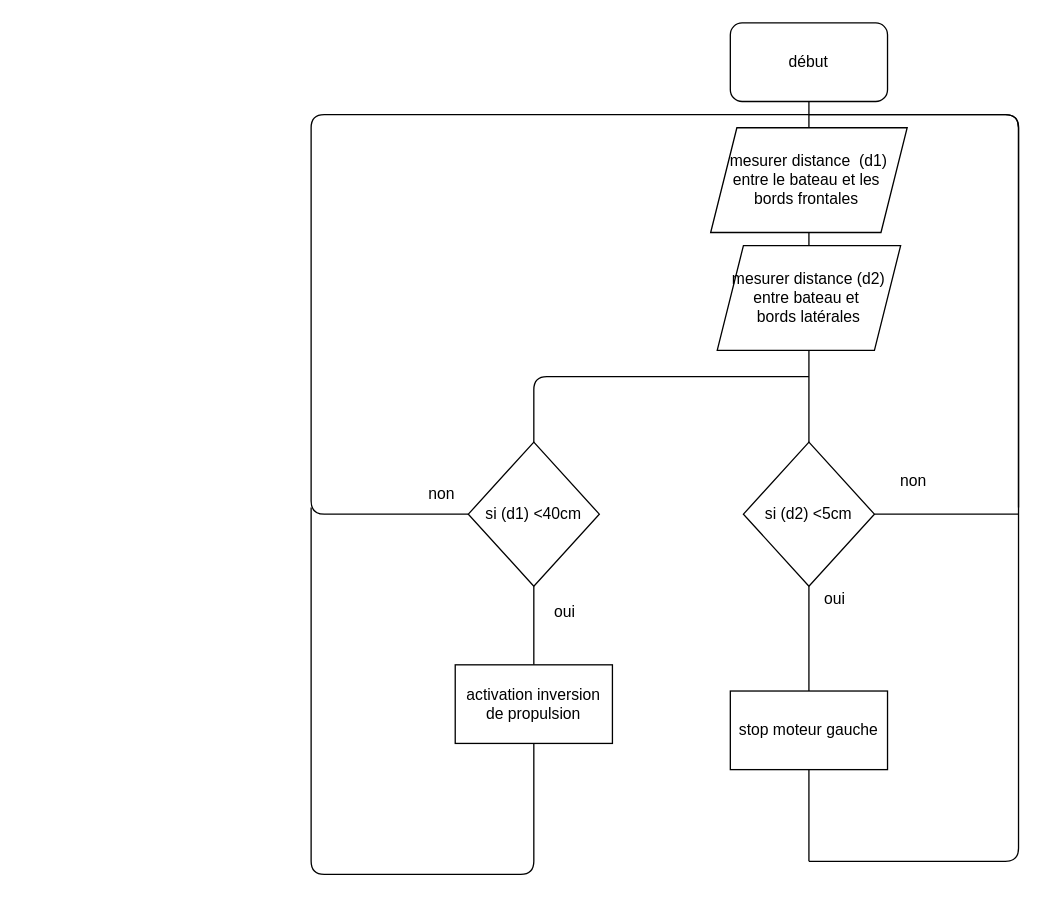
Above: Untitled Diagram.drawio in drovrak/ProjetSI-2021- (draw.io), before the change. Source tidied: cells renumbered, new cells numbered last; positions are measured from the earlier drawing's top-left corner, leaving out a move shared by most shapes. Both pictures are drawn from the tidied source at 131%, with x=0, y=0 at pixel (310, 22).
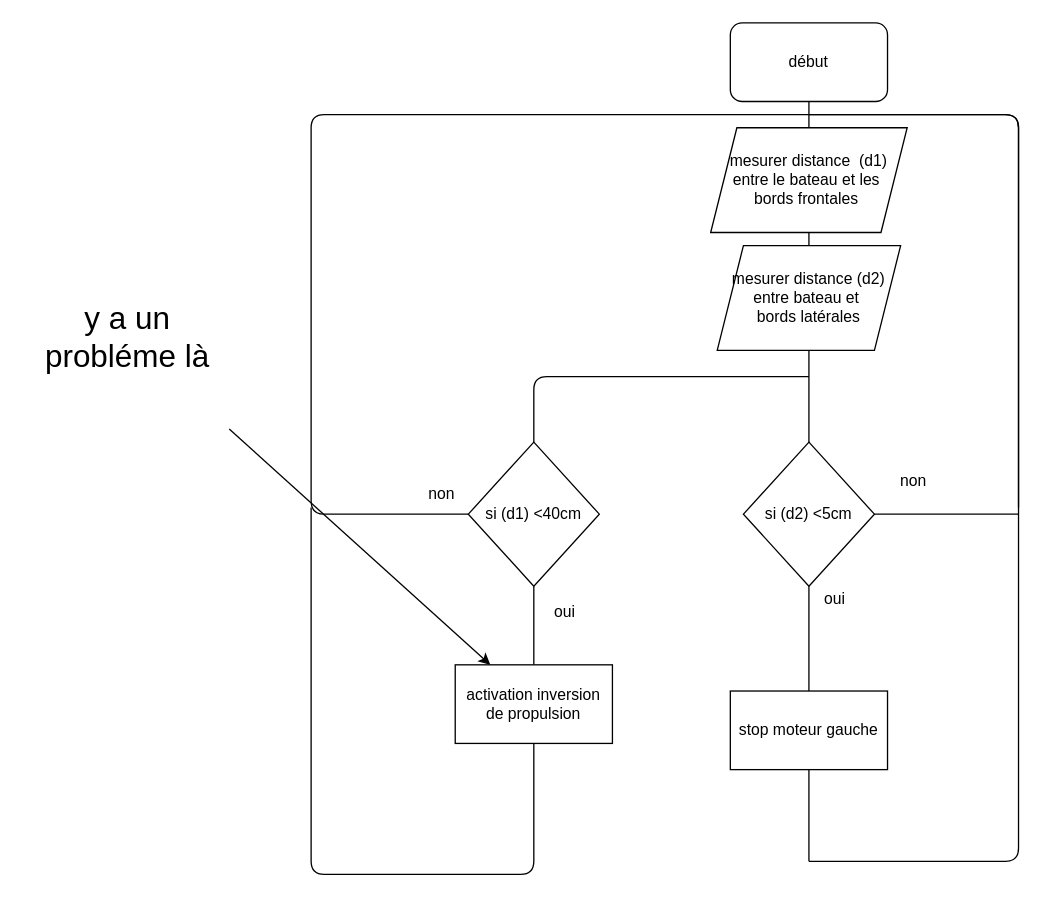
After the change.

Unchanged cells that the change refers to:
```xml
<mxCell id="22" value="activation inversion de propulsion" style="rounded=0;whiteSpace=wrap;html=1;" parent="1" vertex="1">
  <mxGeometry x="110" y="490" width="120" height="60" as="geometry" />
</mxCell>
```

Diff of the diagram source:
```diff
@@
+    <mxCell id="25" value="&lt;span style=&quot;font-size: 24px&quot;&gt;y a un probléme là&lt;/span&gt;" style="text;html=1;strokeColor=none;fillColor=none;align=center;verticalAlign=middle;whiteSpace=wrap;rounded=0;" parent="1" vertex="1">
+      <mxGeometry x="-220" y="170" width="160" height="140" as="geometry" />
+    </mxCell>
+    <mxCell id="26" style="endArrow=classic;html=1;" parent="1" edge="1" source="25" target="22">
+      <mxGeometry relative="1" as="geometry" />
+    </mxCell>
```
